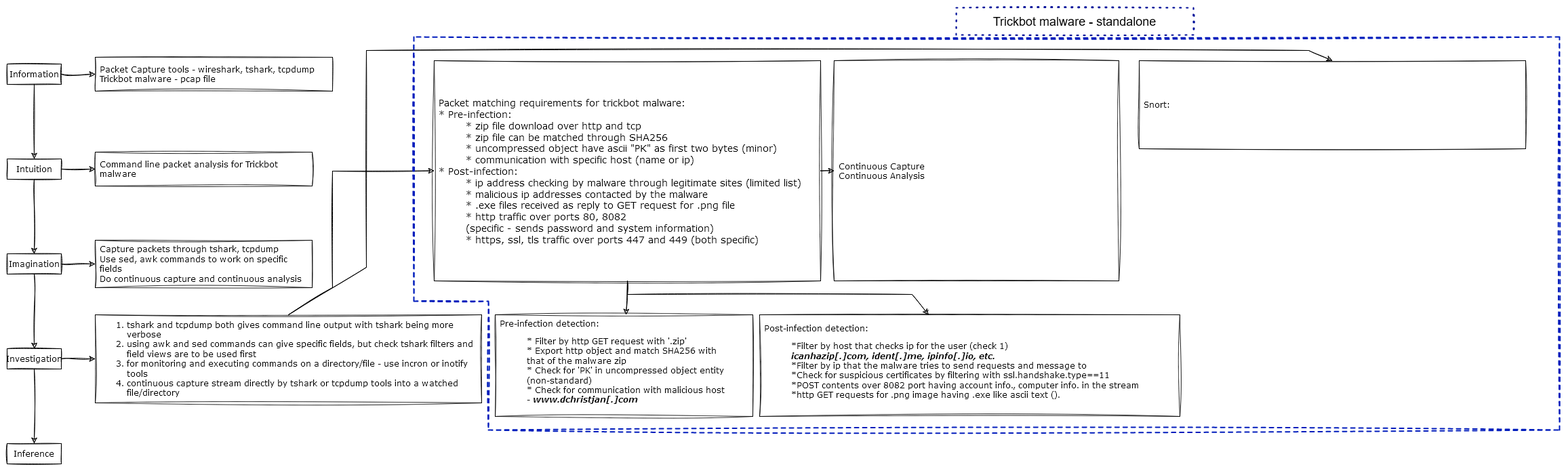
This is Chart.png from Nobel-CS/packet_testing, a draw.io export, as it was before one commit. Source tidied: cells renumbered, new cells last; positions are measured from the earlier drawing's top-left corner, leaving out a move shared by most shapes.
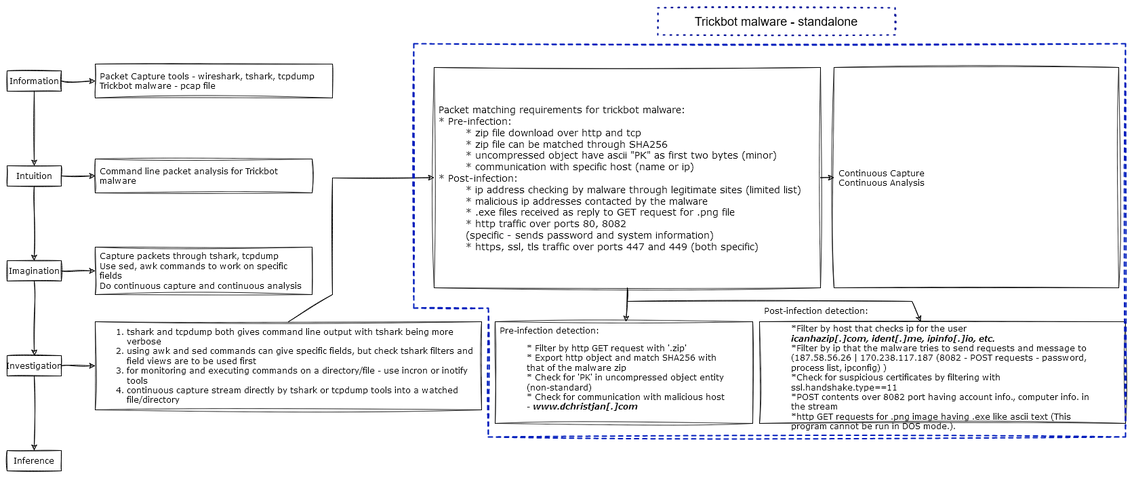
After the commit.

Change to the diagram source:
```diff
@@ -58,15 +58,6 @@
         </Array>
       </mxGeometry>
     </mxCell>
-    <mxCell id="19" style="edgeStyle=none;rounded=0;sketch=1;jettySize=auto;html=1;exitX=0.5;exitY=0;exitDx=0;exitDy=0;fontSize=18;entryX=0.5;entryY=0;entryDx=0;entryDy=0;" parent="1" edge="1" source="20" target="28">
-      <mxGeometry relative="1" as="geometry">
-        <Array as="points">
-          <mxPoint x="530" y="383" />
-          <mxPoint x="530" y="63" />
-          <mxPoint x="1920" y="63" />
-        </Array>
-      </mxGeometry>
-    </mxCell>
     <mxCell id="20" value="&lt;ol&gt;&lt;li&gt;tshark and tcpdump both gives command line output with tshark being more verbose&lt;/li&gt;&lt;li&gt;using awk and sed commands can give specific fields, but check tshark filters and field views are to be used first&lt;br&gt;&lt;/li&gt;&lt;li&gt;for monitoring and executing commands on a directory/file - use incron or inotify tools&lt;/li&gt;&lt;li&gt;continuous capture stream directly by tshark or tcpdump tools into a watched file/directory&lt;br&gt;&lt;/li&gt;&lt;/ol&gt;" style="text;html=1;strokeColor=default;fillColor=none;align=left;verticalAlign=middle;whiteSpace=wrap;rounded=0;sketch=1;hachureGap=4;jiggle=2;fontFamily=Verdana;fontSize=12;dashed=1;dashPattern=1 1;spacingLeft=5;" parent="1" vertex="1">
       <mxGeometry x="130" y="453" width="570" height="130" as="geometry" />
     </mxCell>
@@ -90,30 +81,28 @@
     <mxCell id="25" value="&lt;div&gt;Pre-infection detection:&lt;/div&gt;&lt;blockquote&gt;* Filter by http GET request with '.zip'&lt;br&gt;* Export http object and match SHA256 with that of the malware zip&lt;br&gt;* Check for 'PK' in uncompressed object entity (non-standard)&lt;br&gt;* Check for communication with malicious host - &lt;strong&gt;&lt;em&gt;www.dchristjan[.]com&lt;/em&gt;&lt;/strong&gt;&lt;/blockquote&gt;" style="text;html=1;strokeColor=default;fillColor=none;align=left;verticalAlign=middle;whiteSpace=wrap;rounded=0;sketch=1;hachureGap=4;jiggle=2;fontFamily=Verdana;fontSize=12;dashed=1;dashPattern=1 1;spacingLeft=5;" parent="1" vertex="1">
       <mxGeometry x="720" y="453" width="380" height="150" as="geometry" />
     </mxCell>
-    <mxCell id="26" value="&lt;div&gt;Post-infection detection:&lt;/div&gt;&lt;blockquote&gt;&lt;div&gt;&lt;span style=&quot;&quot;&gt;&#9;&lt;/span&gt;*Filter by host that checks ip for the user (check 1)&lt;/div&gt;&lt;div&gt;&lt;span style=&quot;&quot;&gt;&#9;&lt;/span&gt;&lt;strong&gt;&lt;em&gt;icanhazip[.]com, &lt;/em&gt;&lt;/strong&gt;&lt;strong&gt;&lt;em&gt;ident[.]me, &lt;/em&gt;&lt;/strong&gt;&lt;strong&gt;&lt;em&gt;ipinfo[.]io, etc.&lt;br&gt;&lt;/em&gt;&lt;/strong&gt;&lt;/div&gt;&lt;div&gt;&lt;span style=&quot;&quot;&gt;&#9;&lt;/span&gt;*Filter by ip that the malware tries to send requests and message to&lt;/div&gt;&lt;div&gt;*Check for suspicious certificates by filtering with ssl.handshake.type==11&lt;/div&gt;&lt;div&gt;*POST contents over 8082 port having account info., computer info. in the stream &lt;br&gt;&lt;/div&gt;&lt;div&gt;*http GET requests for .png image having .exe like ascii text ().&lt;br&gt;&lt;/div&gt;&lt;/blockquote&gt;" style="text;html=1;strokeColor=default;fillColor=none;align=left;verticalAlign=middle;whiteSpace=wrap;rounded=0;sketch=1;hachureGap=4;jiggle=2;fontFamily=Verdana;fontSize=12;dashed=1;dashPattern=1 1;spacingLeft=5;" parent="1" vertex="1">
-      <mxGeometry x="1110" y="453" width="620" height="150" as="geometry" />
+    <mxCell id="26" value="&lt;div&gt;Post-infection detection:&lt;/div&gt;&lt;blockquote&gt;&lt;div&gt;&lt;span style=&quot;&quot;&gt;&#9;&lt;/span&gt;*Filter by host that checks ip for the user &lt;br&gt;&lt;/div&gt;&lt;div&gt;&lt;span style=&quot;&quot;&gt;&#9;&lt;/span&gt;&lt;strong&gt;&lt;em&gt;icanhazip[.]com, &lt;/em&gt;&lt;/strong&gt;&lt;strong&gt;&lt;em&gt;ident[.]me, &lt;/em&gt;&lt;/strong&gt;&lt;strong&gt;&lt;em&gt;ipinfo[.]io, etc.&lt;br&gt;&lt;/em&gt;&lt;/strong&gt;&lt;/div&gt;&lt;div&gt;&lt;span style=&quot;&quot;&gt;&#9;&lt;/span&gt;*Filter by ip that the malware tries to send requests and message to&lt;/div&gt;&lt;div&gt;(187.58.56.26 | 170.238.117.187 (8082 - POST requests - password, process list, ipconfig) )&lt;/div&gt;&lt;div&gt;*Check for suspicious certificates by filtering with ssl.handshake.type==11&lt;/div&gt;&lt;div&gt;*POST contents over 8082 port having account info., computer info. in the stream &lt;br&gt;&lt;/div&gt;&lt;div&gt;*http GET requests for .png image having .exe like ascii text (This program cannot be run in DOS mode.).&lt;br&gt;&lt;/div&gt;&lt;/blockquote&gt;" style="text;html=1;strokeColor=default;fillColor=none;align=left;verticalAlign=middle;whiteSpace=wrap;rounded=0;sketch=1;hachureGap=4;jiggle=2;fontFamily=Verdana;fontSize=12;dashed=1;dashPattern=1 1;spacingLeft=5;" parent="1" vertex="1">
+      <mxGeometry x="1110" y="453" width="540" height="150" as="geometry" />
     </mxCell>
     <mxCell id="27" value="&lt;div&gt;Continuous Capture&lt;/div&gt;&lt;div&gt;Continuous Analysis&lt;br&gt;&lt;/div&gt;" style="text;html=1;strokeColor=default;fillColor=none;align=left;verticalAlign=middle;whiteSpace=wrap;rounded=0;sketch=1;hachureGap=4;jiggle=2;fontFamily=Verdana;fontSize=12;dashed=1;dashPattern=1 1;spacingLeft=5;glass=0;" parent="1" vertex="1">
       <mxGeometry x="1220" y="78" width="420" height="325" as="geometry" />
     </mxCell>
-    <mxCell id="28" value="Snort:" style="text;html=1;strokeColor=default;fillColor=none;align=left;verticalAlign=middle;whiteSpace=wrap;rounded=0;sketch=1;hachureGap=4;jiggle=2;fontFamily=Verdana;fontSize=12;dashed=1;dashPattern=1 1;spacingLeft=5;glass=0;" parent="1" vertex="1">
-      <mxGeometry x="1670" y="78" width="570" height="130" as="geometry" />
-    </mxCell>
     <mxCell id="29" style="endArrow=none;dashed=1;html=1;rounded=0;sketch=1;strokeWidth=2;fontSize=18;edgeStyle=orthogonalEdgeStyle;fillColor=#0050ef;strokeColor=#001DBC;" parent="1" edge="1">
       <mxGeometry relative="1" as="geometry">
-        <mxPoint x="2290" y="43" as="sourcePoint" />
-        <mxPoint x="2290" y="43" as="targetPoint" />
+        <mxPoint x="1650" y="43" as="sourcePoint" />
+        <mxPoint x="1650" y="43" as="targetPoint" />
         <Array as="points">
           <mxPoint x="600" y="43" />
           <mxPoint x="600" y="433" />
           <mxPoint x="710" y="433" />
           <mxPoint x="710" y="623" />
-          <mxPoint x="2290" y="623" />
+          <mxPoint x="1650" y="623" />
+          <mxPoint x="1650" y="43" />
         </Array>
       </mxGeometry>
     </mxCell>
     <mxCell id="30" value="Trickbot malware - standalone" style="text;html=1;strokeColor=#001099;fillColor=none;align=center;verticalAlign=middle;whiteSpace=wrap;rounded=0;glass=0;dashed=1;dashPattern=1 4;sketch=1;fontSize=18;strokeWidth=2;" parent="1" vertex="1">
-      <mxGeometry x="1400" width="350" height="40" as="geometry" />
+      <mxGeometry x="960" y="-10" width="350" height="40" as="geometry" />
     </mxCell>
   </root>
 </mxGraphModel>
```
